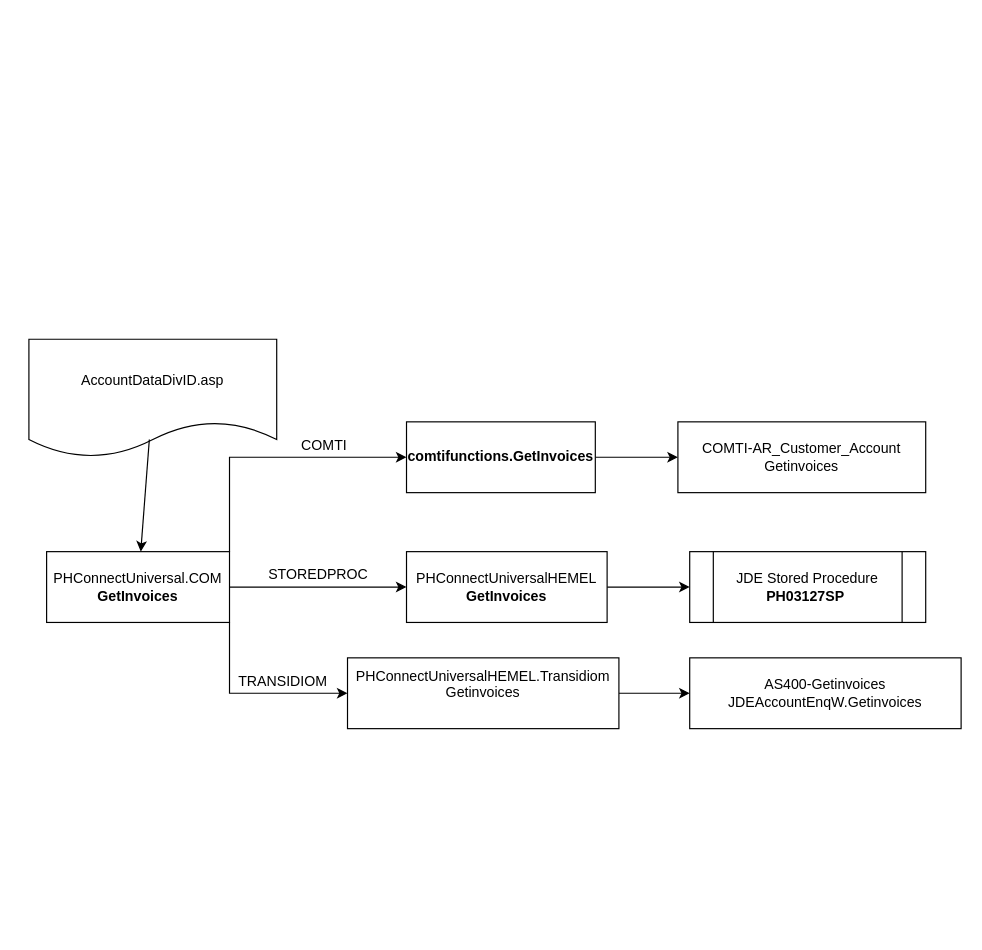
This is Untitled Diagram.drawio from saravanase/MIBadgeButton-Swift, a draw.io file, before an edit. Source tidied: cells renumbered, new cells numbered last; positions are measured from the earlier drawing's top-left corner, leaving out a move shared by most shapes. Both pictures are drawn from the tidied source at 118%, with x=0, y=0 at pixel (28, 339).
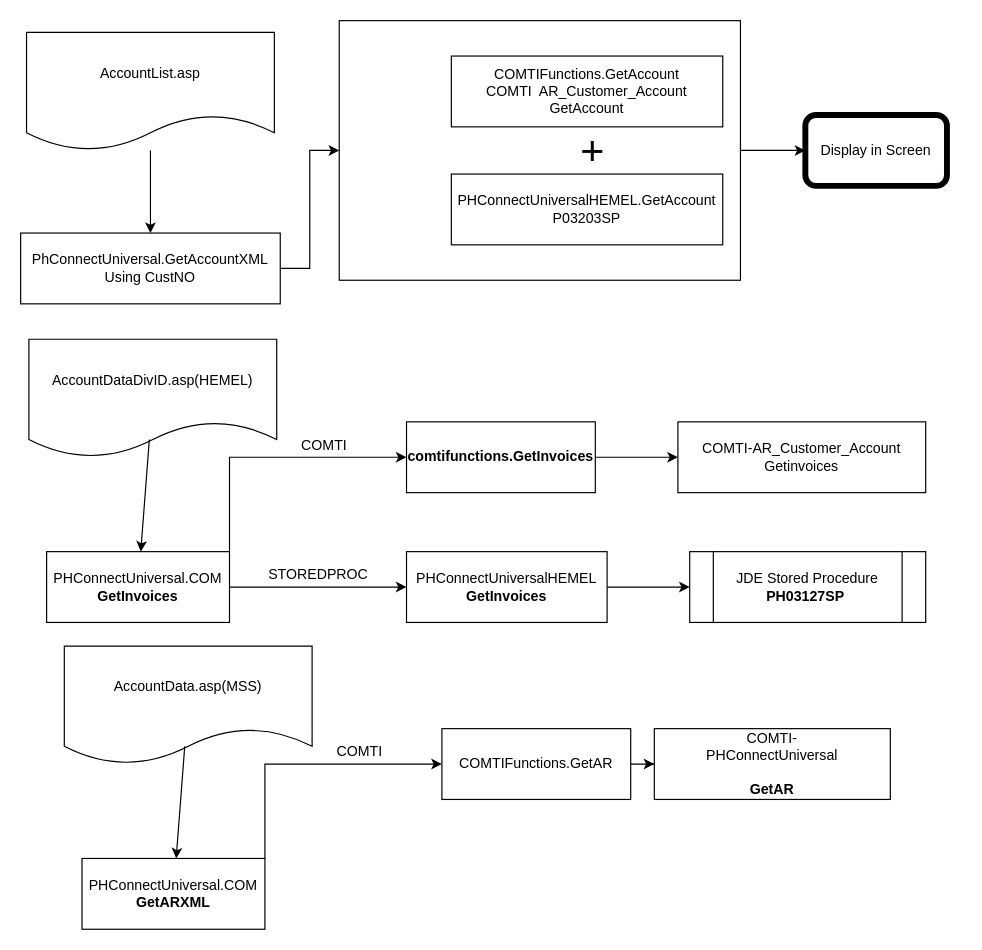
The same page after the edit.

Unchanged cells that the change refers to:
```xml
<mxCell id="6" value="PHConnectUniversal.COM&lt;br&gt;&lt;b&gt;GetInvoices&lt;/b&gt;" style="rounded=0;whiteSpace=wrap;html=1;" parent="1" vertex="1">
  <mxGeometry x="15" y="180" width="155" height="60" as="geometry" />
</mxCell>
```

The edit, as a diff of the source:
```diff
@@
+    <mxCell id="20" style="edgeStyle=orthogonalEdgeStyle;rounded=0;jettySize=auto;html=1;" parent="1" edge="1" source="21" target="29">
+      <mxGeometry relative="1" as="geometry" />
+    </mxCell>
+    <mxCell id="21" style="rounded=0;whiteSpace=wrap;html=1;" parent="1" vertex="1">
+      <mxGeometry x="263" y="-270" width="340" height="220" as="geometry" />
+    </mxCell>
-    <mxCell id="2" value="AccountDataDivID.asp" style="shape=document;whiteSpace=wrap;html=1;boundedLbl=1;" parent="1" vertex="1">
+    <mxCell id="2" value="AccountDataDivID.asp(HEMEL)" style="shape=document;whiteSpace=wrap;html=1;boundedLbl=1;" parent="1" vertex="1">
       <mxGeometry width="210" height="100" as="geometry" />
     </mxCell>
@@
-    <mxCell id="5" style="edgeStyle=orthogonalEdgeStyle;rounded=0;jettySize=auto;html=1;exitX=1;exitY=1;exitDx=0;exitDy=0;entryX=0;entryY=0.5;entryDx=0;entryDy=0;" parent="1" edge="1" source="6" target="17">
-      <mxGeometry relative="1" as="geometry" />
-    </mxCell>
@@
-    <mxCell id="16" style="edgeStyle=orthogonalEdgeStyle;rounded=0;jettySize=auto;html=1;exitX=1;exitY=0.5;exitDx=0;exitDy=0;entryX=0;entryY=0.5;entryDx=0;entryDy=0;" parent="1" edge="1" source="17" target="18">
-      <mxGeometry relative="1" as="geometry" />
-    </mxCell>
-    <mxCell id="17" value="&lt;div&gt;PHConnectUniversalHEMEL.Transidiom&lt;/div&gt;&lt;div&gt;Getinvoices&lt;/div&gt;&lt;div&gt;&lt;br&gt;&lt;/div&gt;" style="rounded=0;whiteSpace=wrap;html=1;" parent="1" vertex="1">
-      <mxGeometry x="270" y="270" width="230" height="60" as="geometry" />
-    </mxCell>
-    <mxCell id="18" value="&lt;div&gt;&lt;div&gt;AS400-Getinvoices&lt;/div&gt;&lt;div&gt;JDEAccountEnqW.Getinvoices&lt;/div&gt;&lt;/div&gt;" style="rounded=0;whiteSpace=wrap;html=1;" parent="1" vertex="1">
-      <mxGeometry x="560" y="270" width="230" height="60" as="geometry" />
-    </mxCell>
-    <mxCell id="19" value="TRANSIDIOM" style="text;html=1;align=center;verticalAlign=middle;" parent="1" vertex="1">
-      <mxGeometry x="170" y="280" width="90" height="20" as="geometry" />
-    </mxCell>
+    <mxCell id="22" style="edgeStyle=orthogonalEdgeStyle;rounded=0;jettySize=auto;html=1;" parent="1" edge="1" source="23" target="25">
+      <mxGeometry relative="1" as="geometry" />
+    </mxCell>
+    <mxCell id="23" value="AccountList.asp" style="shape=document;whiteSpace=wrap;html=1;boundedLbl=1;" parent="1" vertex="1">
+      <mxGeometry x="-2" y="-260" width="210" height="100" as="geometry" />
+    </mxCell>
+    <mxCell id="24" style="edgeStyle=orthogonalEdgeStyle;rounded=0;jettySize=auto;html=1;" parent="1" edge="1" source="25" target="21">
+      <mxGeometry relative="1" as="geometry" />
+    </mxCell>
+    <mxCell id="25" value="&lt;div&gt;PhConnectUniversal.GetAccountXML&lt;/div&gt;&lt;div&gt;&lt;span&gt;Using CustNO&lt;/span&gt;&lt;br&gt;&lt;/div&gt;" style="rounded=0;whiteSpace=wrap;html=1;" parent="1" vertex="1">
+      <mxGeometry x="-7" y="-90" width="220" height="60" as="geometry" />
+    </mxCell>
+    <mxCell id="26" value="&lt;div&gt;PHConnectUniversalHEMEL.GetAccount&lt;/div&gt;&lt;div&gt;P03203SP&lt;/div&gt;" style="rounded=0;whiteSpace=wrap;html=1;" parent="1" vertex="1">
+      <mxGeometry x="358" y="-140" width="230" height="60" as="geometry" />
+    </mxCell>
+    <mxCell id="27" value="COMTIFunctions.GetAccount&lt;br&gt;COMTI&amp;nbsp; AR_Customer_Account GetAccount" style="rounded=0;whiteSpace=wrap;html=1;" parent="1" vertex="1">
+      <mxGeometry x="358" y="-240" width="230" height="60" as="geometry" />
+    </mxCell>
+    <mxCell id="28" value="&lt;font style=&quot;font-size: 35px&quot;&gt;+&lt;/font&gt;" style="text;html=1;strokeColor=none;fillColor=none;align=center;verticalAlign=middle;whiteSpace=wrap;rounded=0;strokeWidth=5;" parent="1" vertex="1">
+      <mxGeometry x="458" y="-170" width="40" height="20" as="geometry" />
+    </mxCell>
+    <mxCell id="29" value="Display in Screen" style="rounded=1;whiteSpace=wrap;html=1;strokeWidth=5;" parent="1" vertex="1">
+      <mxGeometry x="658" y="-190" width="120" height="60" as="geometry" />
+    </mxCell>
+    <mxCell id="30" value="AccountData.asp(MSS)" style="shape=document;whiteSpace=wrap;html=1;boundedLbl=1;" parent="1" vertex="1">
+      <mxGeometry x="30" y="260" width="210" height="100" as="geometry" />
+    </mxCell>
+    <mxCell id="31" style="edgeStyle=orthogonalEdgeStyle;rounded=0;jettySize=auto;html=1;exitX=1;exitY=0;exitDx=0;exitDy=0;entryX=0;entryY=0.5;entryDx=0;entryDy=0;" parent="1" edge="1" source="32" target="35">
+      <mxGeometry relative="1" as="geometry" />
+    </mxCell>
+    <mxCell id="32" value="PHConnectUniversal.COM&lt;br&gt;&lt;b&gt;GetARXML&lt;/b&gt;" style="rounded=0;whiteSpace=wrap;html=1;" parent="1" vertex="1">
+      <mxGeometry x="45" y="440" width="155" height="60" as="geometry" />
+    </mxCell>
+    <mxCell id="33" style="endArrow=classic;html=1;exitX=0.486;exitY=0.85;exitDx=0;exitDy=0;exitPerimeter=0;" parent="1" edge="1" source="30" target="32">
+      <mxGeometry relative="1" as="geometry" />
+    </mxCell>
+    <mxCell id="34" style="edgeStyle=orthogonalEdgeStyle;rounded=0;jettySize=auto;html=1;" parent="1" edge="1" source="35" target="37">
+      <mxGeometry relative="1" as="geometry" />
+    </mxCell>
+    <mxCell id="35" value="&lt;div&gt;COMTIFunctions.GetAR&lt;br&gt;&lt;/div&gt;" style="rounded=0;whiteSpace=wrap;html=1;" parent="1" vertex="1">
+      <mxGeometry x="350" y="330" width="160" height="60" as="geometry" />
+    </mxCell>
+    <mxCell id="36" value="COMTI" style="text;html=1;align=center;verticalAlign=middle;" parent="1" vertex="1">
+      <mxGeometry x="255" y="340" width="50" height="20" as="geometry" />
+    </mxCell>
+    <mxCell id="37" value="&lt;div&gt;&lt;span&gt;COMTI-&lt;/span&gt;&lt;/div&gt;PHConnectUniversal&lt;br&gt;&lt;br&gt;&lt;div&gt;&lt;b&gt;GetAR&lt;/b&gt;&lt;/div&gt;" style="rounded=0;whiteSpace=wrap;html=1;" parent="1" vertex="1">
+      <mxGeometry x="530" y="330" width="200" height="60" as="geometry" />
+    </mxCell>
```
